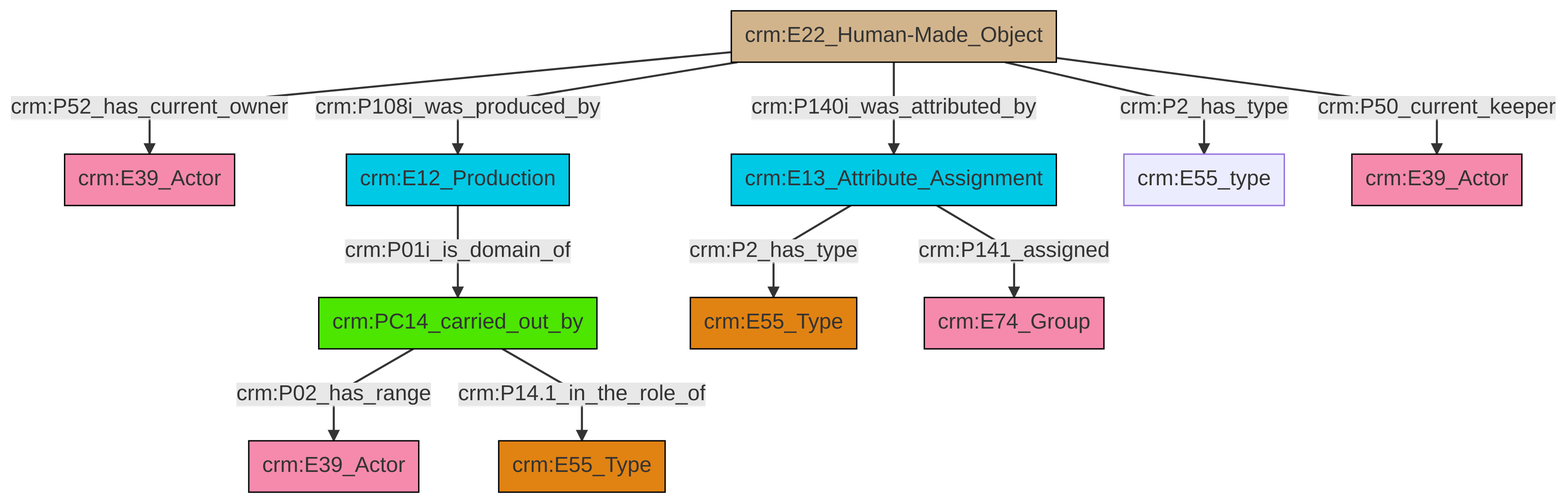
Above: et/artworkCSV/ttl/mmd/png/Artwork_Actor_Relations.png in swiss-art-research-net/docs.swissartresearch (Mermaid), before the change. Its source is kept beside it as et/artworkCSV/ttl/mmd/Artwork_Actor_Relations.ttl.mmd.
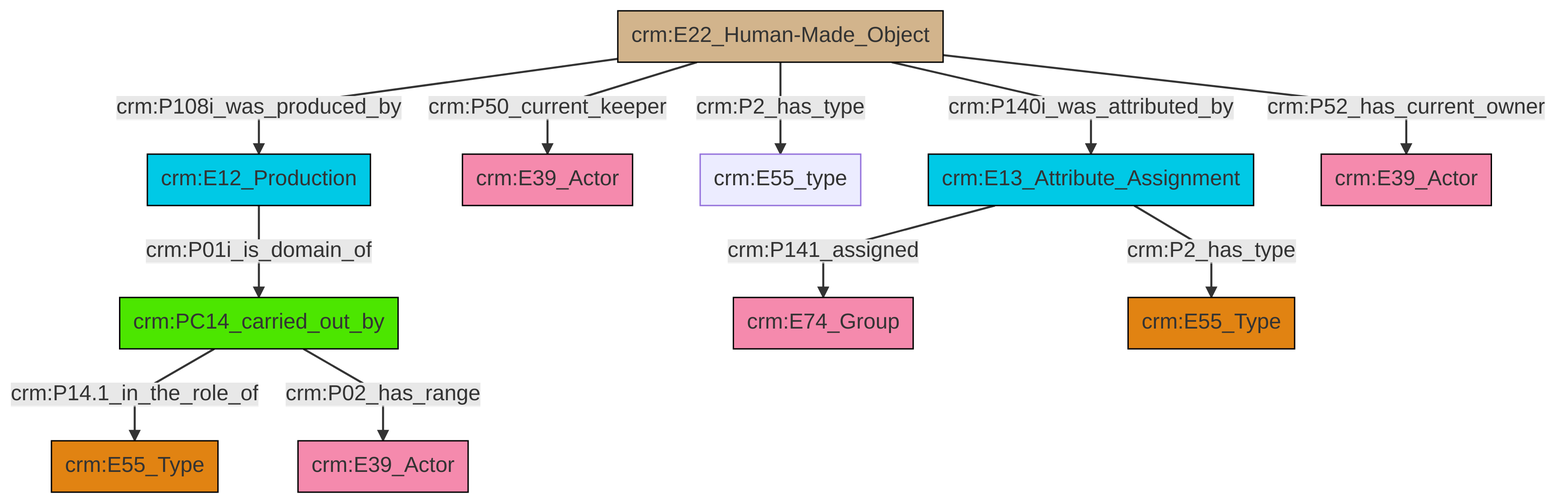
The same diagram one commit later.

What changed in the source:
```diff
@@ -13,13 +13,13 @@
 classDef PC_Classes fill:#4ce600, stroke:#000000;
 classDef Multi fill:#cccccc,stroke:#000000;
 
-2["crm:PC14_carried_out_by"]:::PC_Classes -->|crm:P02_has_range| 0["crm:E39_Actor"]:::Actor
-11["crm:E12_Production"]:::Temporal_Entity -->|crm:P01i_is_domain_of| 2["crm:PC14_carried_out_by"]:::PC_Classes
-2["crm:PC14_carried_out_by"]:::PC_Classes -->|crm:P14.1_in_the_role_of| 7["crm:E55_Type"]:::Type
-12["crm:E22_Human-Made_Object"]:::Physical_Thing -->|crm:P108i_was_produced_by| 11["crm:E12_Production"]:::Temporal_Entity
-12["crm:E22_Human-Made_Object"]:::Physical_Thing -->|crm:P2_has_type| 16["crm:E55_type"]:::Default
-13["crm:E13_Attribute_Assignment"]:::Temporal_Entity -->|crm:P2_has_type| 4["crm:E55_Type"]:::Type
-12["crm:E22_Human-Made_Object"]:::Physical_Thing -->|crm:P140i_was_attributed_by| 13["crm:E13_Attribute_Assignment"]:::Temporal_Entity
-12["crm:E22_Human-Made_Object"]:::Physical_Thing -->|crm:P50_current_keeper| 17["crm:E39_Actor"]:::Actor
-12["crm:E22_Human-Made_Object"]:::Physical_Thing -->|crm:P52_has_current_owner| 9["crm:E39_Actor"]:::Actor
-13["crm:E13_Attribute_Assignment"]:::Temporal_Entity -->|crm:P141_assigned| 20["crm:E74_Group"]:::Actor
+0["crm:E22_Human-Made_Object"]:::Physical_Thing -->|crm:P108i_was_produced_by| 1["crm:E12_Production"]:::Temporal_Entity
+0["crm:E22_Human-Made_Object"]:::Physical_Thing -->|crm:P2_has_type| 4["crm:E55_type"]:::Default
+6["crm:PC14_carried_out_by"]:::PC_Classes -->|crm:P14.1_in_the_role_of| 7["crm:E55_Type"]:::Type
+8["crm:E13_Attribute_Assignment"]:::Temporal_Entity -->|crm:P141_assigned| 9["crm:E74_Group"]:::Actor
+0["crm:E22_Human-Made_Object"]:::Physical_Thing -->|crm:P52_has_current_owner| 10["crm:E39_Actor"]:::Actor
+1["crm:E12_Production"]:::Temporal_Entity -->|crm:P01i_is_domain_of| 6["crm:PC14_carried_out_by"]:::PC_Classes
+0["crm:E22_Human-Made_Object"]:::Physical_Thing -->|crm:P140i_was_attributed_by| 8["crm:E13_Attribute_Assignment"]:::Temporal_Entity
+6["crm:PC14_carried_out_by"]:::PC_Classes -->|crm:P02_has_range| 14["crm:E39_Actor"]:::Actor
+0["crm:E22_Human-Made_Object"]:::Physical_Thing -->|crm:P50_current_keeper| 2["crm:E39_Actor"]:::Actor
+8["crm:E13_Attribute_Assignment"]:::Temporal_Entity -->|crm:P2_has_type| 17["crm:E55_Type"]:::Type
```
